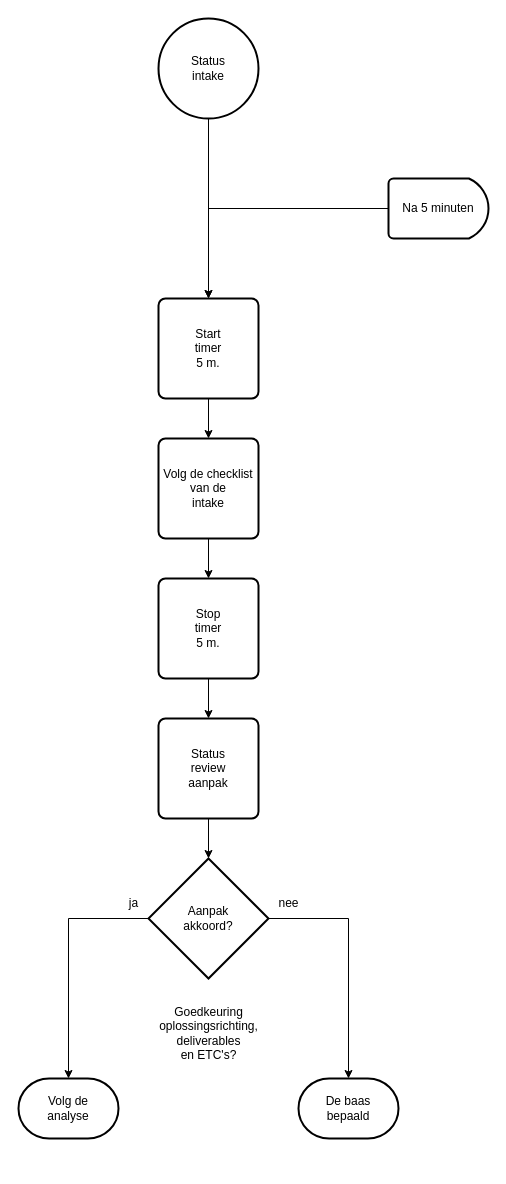
Before: 1 Issue Tracker intake.drawio in Zaibatsu89/IssueTracker, a draw.io diagram. Source tidied: cells renumbered, new cells numbered last; positions are measured from the earlier drawing's top-left corner, leaving out a move shared by most shapes. Both pictures are drawn from the tidied source at 100%, with x=0, y=0 at pixel (18, 18).
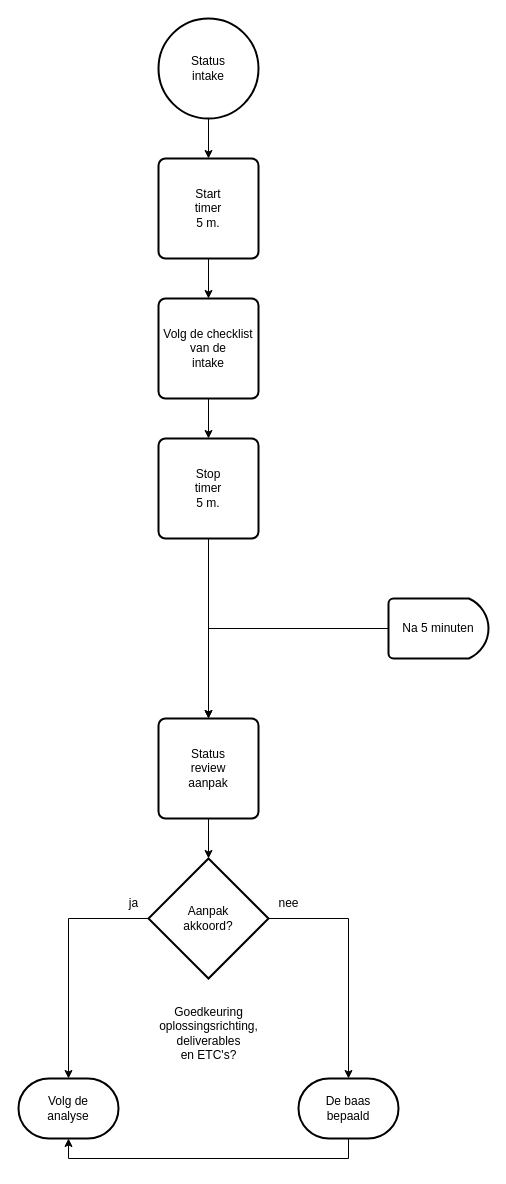
The same page after the edit.

Commit message (it also covers changes not shown here):
tijdtrigger verplaatsen na achter stop timer in flowcharts

Unchanged cells that the change refers to:
```xml
<mxCell id="16" value="Volg de&lt;br&gt;analyse" style="strokeWidth=2;html=1;shape=mxgraph.flowchart.terminator;whiteSpace=wrap;" parent="1" vertex="1">
  <mxGeometry y="1060" width="100" height="60" as="geometry" />
</mxCell>
<mxCell id="17" value="De baas&lt;br&gt;bepaald" style="strokeWidth=2;html=1;shape=mxgraph.flowchart.terminator;whiteSpace=wrap;" parent="1" vertex="1">
  <mxGeometry x="280" y="1060" width="100" height="60" as="geometry" />
</mxCell>
<mxCell id="21" value="Status&lt;br&gt;review&lt;br&gt;aanpak" style="rounded=1;whiteSpace=wrap;html=1;absoluteArcSize=1;arcSize=14;strokeWidth=2;" parent="1" vertex="1">
  <mxGeometry x="140" y="700" width="100" height="100" as="geometry" />
</mxCell>
```

What changed in the source:
```diff
@@
     <mxCell id="5" value="Volg de checklist&lt;br&gt;van de&lt;br&gt;intake" style="rounded=1;whiteSpace=wrap;html=1;absoluteArcSize=1;arcSize=14;strokeWidth=2;" parent="1" vertex="1">
-      <mxGeometry x="140" y="420" width="100" height="100" as="geometry" />
+      <mxGeometry x="140" y="280" width="100" height="100" as="geometry" />
     </mxCell>
@@
     <mxCell id="8" value="Start&lt;br&gt;timer&lt;br&gt;5 m." style="rounded=1;whiteSpace=wrap;html=1;absoluteArcSize=1;arcSize=14;strokeWidth=2;" parent="1" vertex="1">
-      <mxGeometry x="140" y="280" width="100" height="100" as="geometry" />
+      <mxGeometry x="140" y="140" width="100" height="100" as="geometry" />
     </mxCell>
@@
     <mxCell id="10" value="Stop&lt;br&gt;timer&lt;br&gt;5 m." style="rounded=1;whiteSpace=wrap;html=1;absoluteArcSize=1;arcSize=14;strokeWidth=2;" parent="1" vertex="1">
-      <mxGeometry x="140" y="560" width="100" height="100" as="geometry" />
+      <mxGeometry x="140" y="420" width="100" height="100" as="geometry" />
     </mxCell>
@@
-    <mxCell id="13" style="edgeStyle=orthogonalEdgeStyle;rounded=0;jettySize=auto;html=1;exitX=0;exitY=0.5;exitDx=0;exitDy=0;exitPerimeter=0;entryX=0.5;entryY=0;entryDx=0;entryDy=0;" parent="1" edge="1" source="14" target="8">
-      <mxGeometry relative="1" as="geometry" />
-    </mxCell>
+    <mxCell id="22" style="edgeStyle=orthogonalEdgeStyle;rounded=0;jettySize=auto;html=1;exitX=0;exitY=0.5;exitDx=0;exitDy=0;exitPerimeter=0;" parent="1" edge="1" source="14">
+      <mxGeometry relative="1" as="geometry" />
+    </mxCell>
+    <mxCell id="23" style="edgeStyle=orthogonalEdgeStyle;rounded=0;jettySize=auto;html=1;exitX=0;exitY=0.5;exitDx=0;exitDy=0;exitPerimeter=0;entryX=0.5;entryY=0;entryDx=0;entryDy=0;" parent="1" edge="1" source="14" target="21">
+      <mxGeometry relative="1" as="geometry" />
+    </mxCell>
     <mxCell id="14" value="Na 5 minuten" style="strokeWidth=2;html=1;shape=mxgraph.flowchart.delay;whiteSpace=wrap;" parent="1" vertex="1">
-      <mxGeometry x="370" y="160" width="100" height="60" as="geometry" />
+      <mxGeometry x="370" y="580" width="100" height="60" as="geometry" />
     </mxCell>
@@
+    <mxCell id="24" style="edgeStyle=orthogonalEdgeStyle;rounded=0;jettySize=auto;html=1;exitX=0.5;exitY=1;exitDx=0;exitDy=0;exitPerimeter=0;entryX=0.5;entryY=1;entryDx=0;entryDy=0;entryPerimeter=0;" parent="1" edge="1" source="17" target="16">
+      <mxGeometry relative="1" as="geometry" />
+    </mxCell>
```
